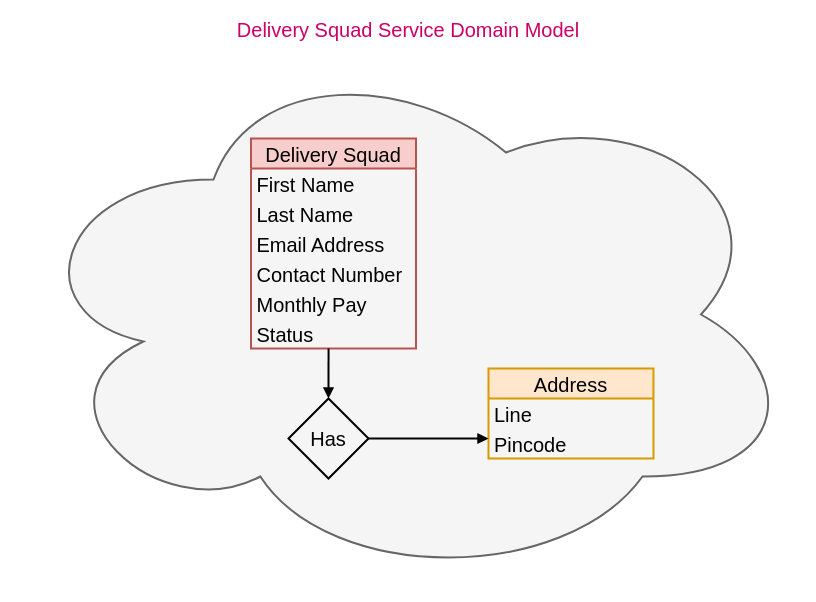
dudhwalas/dudhwala keeps this draw.io diagram as docs/diagram/deliverysquad_service_domain_model.drawio. Above is the earlier version. Source tidied: cells renumbered, new cells numbered last; positions are measured from the earlier drawing's top-left corner, leaving out a move shared by most shapes. Both pictures are drawn from the tidied source at 100%, with x=0, y=0 at pixel (18, 44).
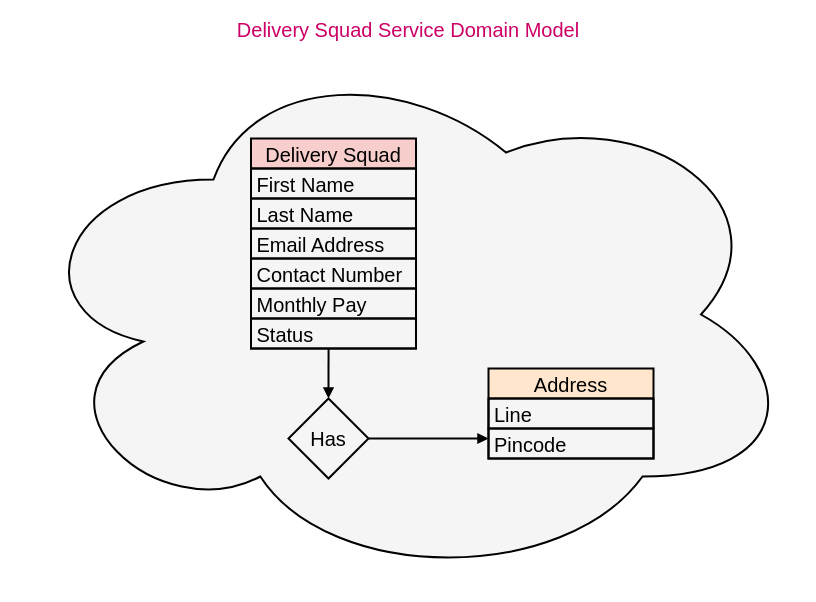
The same diagram, later.

Diff of the diagram source:
```diff
@@
 <mxGraphModel>
   <root>
     <mxCell id="0" />
     <mxCell id="1" parent="0" />
-    <mxCell id="2" value="Delivery Squad Service Domain Model" style="ellipse;shape=cloud;whiteSpace=wrap;html=1;fillColor=#f5f5f5;fontColor=#CC0066;strokeColor=#666666;strokeWidth=2;labelPosition=center;verticalLabelPosition=top;align=center;verticalAlign=bottom;fontSize=20;" parent="1" vertex="1">
+    <mxCell id="2" value="Delivery Squad Service Domain Model" style="ellipse;shape=cloud;whiteSpace=wrap;html=1;fillColor=#f5f5f5;fontColor=#CC0066;strokeColor=#000000;strokeWidth=2;labelPosition=center;verticalLabelPosition=top;align=center;verticalAlign=bottom;fontSize=20;" parent="1" vertex="1">
       <mxGeometry width="780" height="540" as="geometry" />
     </mxCell>
-    <mxCell id="3" value="Delivery Squad" style="swimlane;fontStyle=0;horizontal=1;startSize=30;fillColor=#f8cecc;strokeColor=#b85450;fontSize=20;strokeWidth=2;" parent="1" vertex="1">
+    <mxCell id="3" value="Delivery Squad" style="swimlane;fontStyle=0;horizontal=1;startSize=30;fillColor=#f8cecc;strokeColor=#000000;fontSize=20;strokeWidth=2;" parent="1" vertex="1">
       <mxGeometry x="232.5" y="94" width="165" height="210" as="geometry" />
     </mxCell>
-    <mxCell id="4" value="First Name" style="text;strokeColor=none;fillColor=none;align=left;verticalAlign=middle;spacingLeft=4;spacingRight=4;overflow=hidden;fontSize=20;strokeWidth=2;" parent="3" vertex="1">
+    <mxCell id="4" value="First Name" style="text;strokeColor=#000000;fillColor=none;align=left;verticalAlign=middle;spacingLeft=4;spacingRight=4;overflow=hidden;fontSize=20;strokeWidth=2;" parent="3" vertex="1">
       <mxGeometry y="30" width="165" height="30" as="geometry" />
     </mxCell>
-    <mxCell id="5" value="Last Name" style="text;strokeColor=none;fillColor=none;align=left;verticalAlign=middle;spacingLeft=4;spacingRight=4;overflow=hidden;fontSize=20;strokeWidth=2;" parent="3" vertex="1">
+    <mxCell id="5" value="Last Name" style="text;strokeColor=#000000;fillColor=none;align=left;verticalAlign=middle;spacingLeft=4;spacingRight=4;overflow=hidden;fontSize=20;strokeWidth=2;" parent="3" vertex="1">
       <mxGeometry y="60" width="165" height="30" as="geometry" />
     </mxCell>
-    <mxCell id="6" value="Email Address" style="text;strokeColor=none;fillColor=none;align=left;verticalAlign=middle;spacingLeft=4;spacingRight=4;overflow=hidden;fontSize=20;strokeWidth=2;" parent="3" vertex="1">
+    <mxCell id="6" value="Email Address" style="text;strokeColor=#000000;fillColor=none;align=left;verticalAlign=middle;spacingLeft=4;spacingRight=4;overflow=hidden;fontSize=20;strokeWidth=2;" parent="3" vertex="1">
       <mxGeometry y="90" width="165" height="30" as="geometry" />
     </mxCell>
-    <mxCell id="7" value="Contact Number" style="text;strokeColor=none;fillColor=none;align=left;verticalAlign=middle;spacingLeft=4;spacingRight=4;overflow=hidden;fontSize=20;strokeWidth=2;" parent="3" vertex="1">
+    <mxCell id="7" value="Contact Number" style="text;strokeColor=#000000;fillColor=none;align=left;verticalAlign=middle;spacingLeft=4;spacingRight=4;overflow=hidden;fontSize=20;strokeWidth=2;" parent="3" vertex="1">
       <mxGeometry y="120" width="165" height="30" as="geometry" />
     </mxCell>
-    <mxCell id="8" value="Monthly Pay" style="text;strokeColor=none;fillColor=none;align=left;verticalAlign=middle;spacingLeft=4;spacingRight=4;overflow=hidden;fontSize=20;strokeWidth=2;" parent="3" vertex="1">
+    <mxCell id="8" value="Monthly Pay" style="text;strokeColor=#000000;fillColor=none;align=left;verticalAlign=middle;spacingLeft=4;spacingRight=4;overflow=hidden;fontSize=20;strokeWidth=2;" parent="3" vertex="1">
       <mxGeometry y="150" width="165" height="30" as="geometry" />
     </mxCell>
-    <mxCell id="9" value="Status" style="text;strokeColor=none;fillColor=none;align=left;verticalAlign=middle;spacingLeft=4;spacingRight=4;overflow=hidden;points=[[0,0.5],[1,0.5]];portConstraint=eastwest;fontSize=20;strokeWidth=2;" parent="3" vertex="1">
+    <mxCell id="9" value="Status" style="text;strokeColor=#000000;fillColor=none;align=left;verticalAlign=middle;spacingLeft=4;spacingRight=4;overflow=hidden;points=[[0,0.5],[1,0.5]];portConstraint=eastwest;fontSize=20;strokeWidth=2;" parent="3" vertex="1">
       <mxGeometry y="180" width="165" height="30" as="geometry" />
     </mxCell>
-    <mxCell id="10" value="Address" style="swimlane;fontStyle=0;horizontal=1;startSize=30;fillColor=#ffe6cc;strokeColor=#d79b00;fontSize=20;strokeWidth=2;" parent="1" vertex="1">
+    <mxCell id="10" value="Address" style="swimlane;fontStyle=0;horizontal=1;startSize=30;fillColor=#ffe6cc;strokeColor=#000000;fontSize=20;strokeWidth=2;" parent="1" vertex="1">
       <mxGeometry x="470" y="324" width="165" height="90" as="geometry" />
     </mxCell>
-    <mxCell id="11" value="Line" style="text;strokeColor=none;fillColor=none;align=left;verticalAlign=middle;spacingLeft=4;spacingRight=4;overflow=hidden;fontSize=20;strokeWidth=2;" parent="10" vertex="1">
+    <mxCell id="11" value="Line" style="text;strokeColor=#000000;fillColor=none;align=left;verticalAlign=middle;spacingLeft=4;spacingRight=4;overflow=hidden;fontSize=20;strokeWidth=2;" parent="10" vertex="1">
       <mxGeometry y="30" width="165" height="30" as="geometry" />
     </mxCell>
-    <mxCell id="12" value="Pincode" style="text;strokeColor=none;fillColor=none;align=left;verticalAlign=middle;spacingLeft=4;spacingRight=4;overflow=hidden;fontSize=20;strokeWidth=2;" parent="10" vertex="1">
+    <mxCell id="12" value="Pincode" style="text;strokeColor=#000000;fillColor=none;align=left;verticalAlign=middle;spacingLeft=4;spacingRight=4;overflow=hidden;fontSize=20;strokeWidth=2;" parent="10" vertex="1">
       <mxGeometry y="60" width="165" height="30" as="geometry" />
     </mxCell>
-    <mxCell id="13" value="Has" style="rhombus;whiteSpace=wrap;html=1;fontSize=20;fillColor=none;strokeWidth=2;" parent="1" vertex="1">
+    <mxCell id="13" value="Has" style="rhombus;whiteSpace=wrap;html=1;fontSize=20;fillColor=none;strokeWidth=2;strokeColor=#000000;" parent="1" vertex="1">
       <mxGeometry x="270" y="354" width="80" height="80" as="geometry" />
     </mxCell>
-    <mxCell id="14" style="edgeStyle=none;html=1;exitX=0.47;exitY=1;exitDx=0;exitDy=0;entryX=0.5;entryY=0;entryDx=0;entryDy=0;fontSize=20;exitPerimeter=0;endArrow=block;endFill=1;strokeWidth=2;" parent="1" edge="1" source="9" target="13">
+    <mxCell id="14" style="edgeStyle=none;html=1;exitX=0.47;exitY=1;exitDx=0;exitDy=0;entryX=0.5;entryY=0;entryDx=0;entryDy=0;fontSize=20;exitPerimeter=0;endArrow=block;endFill=1;strokeWidth=2;strokeColor=#000000;" parent="1" edge="1" source="9" target="13">
       <mxGeometry relative="1" as="geometry" />
     </mxCell>
-    <mxCell id="15" style="edgeStyle=none;html=1;exitX=1;exitY=0.5;exitDx=0;exitDy=0;fontSize=20;endArrow=block;endFill=1;strokeWidth=2;" parent="1" edge="1" source="13">
+    <mxCell id="15" style="edgeStyle=none;html=1;exitX=1;exitY=0.5;exitDx=0;exitDy=0;fontSize=20;endArrow=block;endFill=1;strokeWidth=2;strokeColor=#000000;" parent="1" edge="1" source="13">
       <mxGeometry relative="1" as="geometry">
         <mxPoint x="470" y="394" as="targetPoint" />
       </mxGeometry>
     </mxCell>
   </root>
 </mxGraphModel>
```
